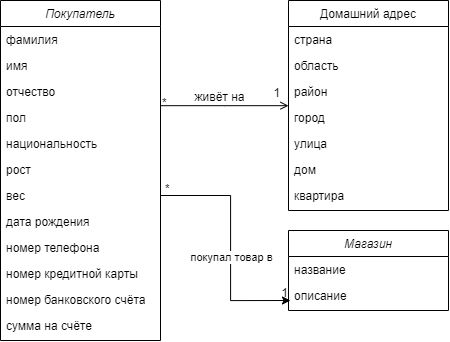
The draw.io diagram Диаграмма классов.drawio.png in redfox193/tpmp-lab4-task5, before a commit. Source tidied: cells renumbered, new cells last; positions are measured from the earlier drawing's top-left corner, leaving out a move shared by most shapes. The source it was exported from:
```xml
<mxGraphModel>
  <root>
    <mxCell id="0" />
    <mxCell id="1" parent="0" />
    <mxCell id="2" value="Покупатель" style="swimlane;fontStyle=2;align=center;verticalAlign=top;horizontal=1;startSize=26;rounded=0;shadow=0;strokeWidth=1;" parent="1" vertex="1">
      <mxGeometry width="160" height="340" as="geometry" />
    </mxCell>
    <mxCell id="3" value="фамилия" style="text;align=left;verticalAlign=top;spacingLeft=4;spacingRight=4;overflow=hidden;" parent="2" vertex="1">
      <mxGeometry y="26" width="160" height="26" as="geometry" />
    </mxCell>
    <mxCell id="4" value="имя" style="text;align=left;verticalAlign=top;spacingLeft=4;spacingRight=4;overflow=hidden;" parent="2" vertex="1">
      <mxGeometry y="52" width="160" height="26" as="geometry" />
    </mxCell>
    <mxCell id="5" value="отчество" style="text;align=left;verticalAlign=top;spacingLeft=4;spacingRight=4;overflow=hidden;rounded=0;shadow=0;html=0;" parent="2" vertex="1">
      <mxGeometry y="78" width="160" height="26" as="geometry" />
    </mxCell>
    <mxCell id="6" value="пол" style="text;align=left;verticalAlign=top;spacingLeft=4;spacingRight=4;overflow=hidden;" parent="2" vertex="1">
      <mxGeometry y="104" width="160" height="26" as="geometry" />
    </mxCell>
    <mxCell id="7" value="национальность" style="text;align=left;verticalAlign=top;spacingLeft=4;spacingRight=4;overflow=hidden;rounded=0;shadow=0;html=0;" parent="2" vertex="1">
      <mxGeometry y="130" width="160" height="26" as="geometry" />
    </mxCell>
    <mxCell id="8" value="рост" style="text;align=left;verticalAlign=top;spacingLeft=4;spacingRight=4;overflow=hidden;rounded=0;shadow=0;html=0;" parent="2" vertex="1">
      <mxGeometry y="156" width="160" height="26" as="geometry" />
    </mxCell>
    <mxCell id="9" value="вес" style="text;align=left;verticalAlign=top;spacingLeft=4;spacingRight=4;overflow=hidden;points=[[0,0.5],[1,0.5]];portConstraint=eastwest;rounded=0;shadow=0;html=0;" parent="2" vertex="1">
      <mxGeometry y="182" width="160" height="26" as="geometry" />
    </mxCell>
    <mxCell id="10" value="дата рождения" style="text;align=left;verticalAlign=top;spacingLeft=4;spacingRight=4;overflow=hidden;rounded=0;shadow=0;html=0;" parent="2" vertex="1">
      <mxGeometry y="208" width="160" height="26" as="geometry" />
    </mxCell>
    <mxCell id="11" value="номер телефона" style="text;align=left;verticalAlign=top;spacingLeft=4;spacingRight=4;overflow=hidden;rounded=0;shadow=0;html=0;" parent="2" vertex="1">
      <mxGeometry y="234" width="160" height="26" as="geometry" />
    </mxCell>
    <mxCell id="12" value="номер кредитной карты" style="text;align=left;verticalAlign=top;spacingLeft=4;spacingRight=4;overflow=hidden;rounded=0;shadow=0;html=0;" parent="2" vertex="1">
      <mxGeometry y="260" width="160" height="26" as="geometry" />
    </mxCell>
    <mxCell id="13" value="номер банковского счёта" style="text;align=left;verticalAlign=top;spacingLeft=4;spacingRight=4;overflow=hidden;rounded=0;shadow=0;html=0;" parent="2" vertex="1">
      <mxGeometry y="286" width="160" height="26" as="geometry" />
    </mxCell>
    <mxCell id="14" value="сумма на счёте" style="text;align=left;verticalAlign=top;spacingLeft=4;spacingRight=4;overflow=hidden;rounded=0;shadow=0;html=0;" parent="2" vertex="1">
      <mxGeometry y="312" width="160" height="26" as="geometry" />
    </mxCell>
    <mxCell id="15" value="Домашний адрес" style="swimlane;fontStyle=0;align=center;verticalAlign=top;horizontal=1;startSize=26;rounded=0;shadow=0;strokeWidth=1;" parent="1" vertex="1">
      <mxGeometry x="288" width="160" height="210" as="geometry" />
    </mxCell>
    <mxCell id="16" value="страна" style="text;align=left;verticalAlign=top;spacingLeft=4;spacingRight=4;overflow=hidden;" parent="15" vertex="1">
      <mxGeometry y="26" width="160" height="26" as="geometry" />
    </mxCell>
    <mxCell id="17" value="область" style="text;align=left;verticalAlign=top;spacingLeft=4;spacingRight=4;overflow=hidden;rounded=0;shadow=0;html=0;" parent="15" vertex="1">
      <mxGeometry y="52" width="160" height="26" as="geometry" />
    </mxCell>
    <mxCell id="18" value="район" style="text;align=left;verticalAlign=top;spacingLeft=4;spacingRight=4;overflow=hidden;rounded=0;shadow=0;html=0;" parent="15" vertex="1">
      <mxGeometry y="78" width="160" height="26" as="geometry" />
    </mxCell>
    <mxCell id="19" value="город" style="text;align=left;verticalAlign=top;spacingLeft=4;spacingRight=4;overflow=hidden;rounded=0;shadow=0;html=0;" parent="15" vertex="1">
      <mxGeometry y="104" width="160" height="26" as="geometry" />
    </mxCell>
    <mxCell id="20" value="улица" style="text;align=left;verticalAlign=top;spacingLeft=4;spacingRight=4;overflow=hidden;rounded=0;shadow=0;html=0;" parent="15" vertex="1">
      <mxGeometry y="130" width="160" height="26" as="geometry" />
    </mxCell>
    <mxCell id="21" value="дом" style="text;align=left;verticalAlign=top;spacingLeft=4;spacingRight=4;overflow=hidden;rounded=0;shadow=0;html=0;" parent="15" vertex="1">
      <mxGeometry y="156" width="160" height="26" as="geometry" />
    </mxCell>
    <mxCell id="22" value="квартира" style="text;align=left;verticalAlign=top;spacingLeft=4;spacingRight=4;overflow=hidden;rounded=0;shadow=0;html=0;" parent="15" vertex="1">
      <mxGeometry y="182" width="160" height="26" as="geometry" />
    </mxCell>
    <mxCell id="23" style="endArrow=open;shadow=0;strokeWidth=1;rounded=0;curved=0;endFill=1;edgeStyle=elbowEdgeStyle;elbow=vertical;" parent="1" edge="1" source="2" target="15">
      <mxGeometry x="0.5" y="41" relative="1" as="geometry">
        <mxPoint x="-40" y="32" as="offset" />
      </mxGeometry>
    </mxCell>
    <mxCell id="24" value="*" style="align=left;verticalAlign=bottom;labelBackgroundColor=none;fontSize=12;" parent="23" vertex="1">
      <mxGeometry x="-1" relative="1" as="geometry">
        <mxPoint y="5" as="offset" />
      </mxGeometry>
    </mxCell>
    <mxCell id="25" value="1" style="align=right;verticalAlign=bottom;labelBackgroundColor=none;fontSize=12;" parent="23" vertex="1">
      <mxGeometry x="1" relative="1" as="geometry">
        <mxPoint x="-7" y="-5" as="offset" />
      </mxGeometry>
    </mxCell>
    <mxCell id="26" value="живёт на" style="text;html=1;align=center;verticalAlign=middle;labelBackgroundColor=none;rounded=0;shadow=0;strokeWidth=1;fontSize=12;" parent="23" vertex="1">
      <mxGeometry x="0.5" y="49" relative="1" as="geometry">
        <mxPoint x="-38" y="40" as="offset" />
      </mxGeometry>
    </mxCell>
    <mxCell id="27" value="Магазин" style="swimlane;fontStyle=2;align=center;verticalAlign=top;horizontal=1;startSize=26;rounded=0;shadow=0;strokeWidth=1;" parent="1" vertex="1">
      <mxGeometry x="288" y="230" width="160" height="80" as="geometry" />
    </mxCell>
    <mxCell id="28" value="название" style="text;align=left;verticalAlign=top;spacingLeft=4;spacingRight=4;overflow=hidden;" parent="27" vertex="1">
      <mxGeometry y="26" width="160" height="26" as="geometry" />
    </mxCell>
    <mxCell id="29" value="описание" style="text;align=left;verticalAlign=top;spacingLeft=4;spacingRight=4;overflow=hidden;" parent="27" vertex="1">
      <mxGeometry y="52" width="160" height="26" as="geometry" />
    </mxCell>
    <mxCell id="30" style="edgeStyle=orthogonalEdgeStyle;rounded=0;jettySize=auto;html=1;" parent="1" edge="1" source="9">
      <mxGeometry relative="1" as="geometry">
        <mxPoint x="290" y="300" as="targetPoint" />
        <Array as="points">
          <mxPoint x="230" y="195" />
          <mxPoint x="230" y="300" />
        </Array>
      </mxGeometry>
    </mxCell>
    <mxCell id="31" value="покупал товар в" style="edgeLabel;html=1;align=center;verticalAlign=middle;" parent="30" vertex="1">
      <mxGeometry x="-0.15" y="1" relative="1" as="geometry">
        <mxPoint x="-1" y="31" as="offset" />
      </mxGeometry>
    </mxCell>
    <mxCell id="32" value="*" style="align=left;verticalAlign=bottom;labelBackgroundColor=none;fontSize=12;" parent="1" vertex="1">
      <mxGeometry x="170" y="190" as="geometry">
        <mxPoint x="-7" y="6" as="offset" />
      </mxGeometry>
    </mxCell>
    <mxCell id="33" value="1" style="align=right;verticalAlign=bottom;labelBackgroundColor=none;fontSize=12;" parent="1" vertex="1">
      <mxGeometry x="288" y="300" as="geometry" />
    </mxCell>
  </root>
</mxGraphModel>
```
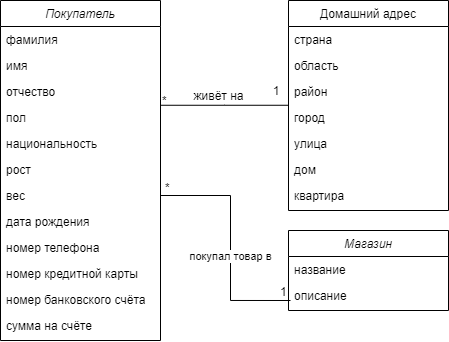
Later version of the same file.

Change to the diagram source:
```diff
@@ -65,7 +65,7 @@
     <mxCell id="22" value="квартира" style="text;align=left;verticalAlign=top;spacingLeft=4;spacingRight=4;overflow=hidden;rounded=0;shadow=0;html=0;" parent="15" vertex="1">
       <mxGeometry y="182" width="160" height="26" as="geometry" />
     </mxCell>
-    <mxCell id="23" style="endArrow=open;shadow=0;strokeWidth=1;rounded=0;curved=0;endFill=1;edgeStyle=elbowEdgeStyle;elbow=vertical;" parent="1" edge="1" source="2" target="15">
+    <mxCell id="23" style="endArrow=none;shadow=0;strokeWidth=1;rounded=0;curved=0;endFill=0;edgeStyle=elbowEdgeStyle;elbow=vertical;" parent="1" edge="1" source="2" target="15">
       <mxGeometry x="0.5" y="41" relative="1" as="geometry">
         <mxPoint x="-40" y="32" as="offset" />
       </mxGeometry>
@@ -94,7 +94,7 @@
     <mxCell id="29" value="описание" style="text;align=left;verticalAlign=top;spacingLeft=4;spacingRight=4;overflow=hidden;" parent="27" vertex="1">
       <mxGeometry y="52" width="160" height="26" as="geometry" />
     </mxCell>
-    <mxCell id="30" style="edgeStyle=orthogonalEdgeStyle;rounded=0;jettySize=auto;html=1;" parent="1" edge="1" source="9">
+    <mxCell id="30" style="edgeStyle=orthogonalEdgeStyle;rounded=0;jettySize=auto;html=1;endArrow=none;endFill=0;" parent="1" edge="1" source="9">
       <mxGeometry relative="1" as="geometry">
         <mxPoint x="290" y="300" as="targetPoint" />
         <Array as="points">
```
